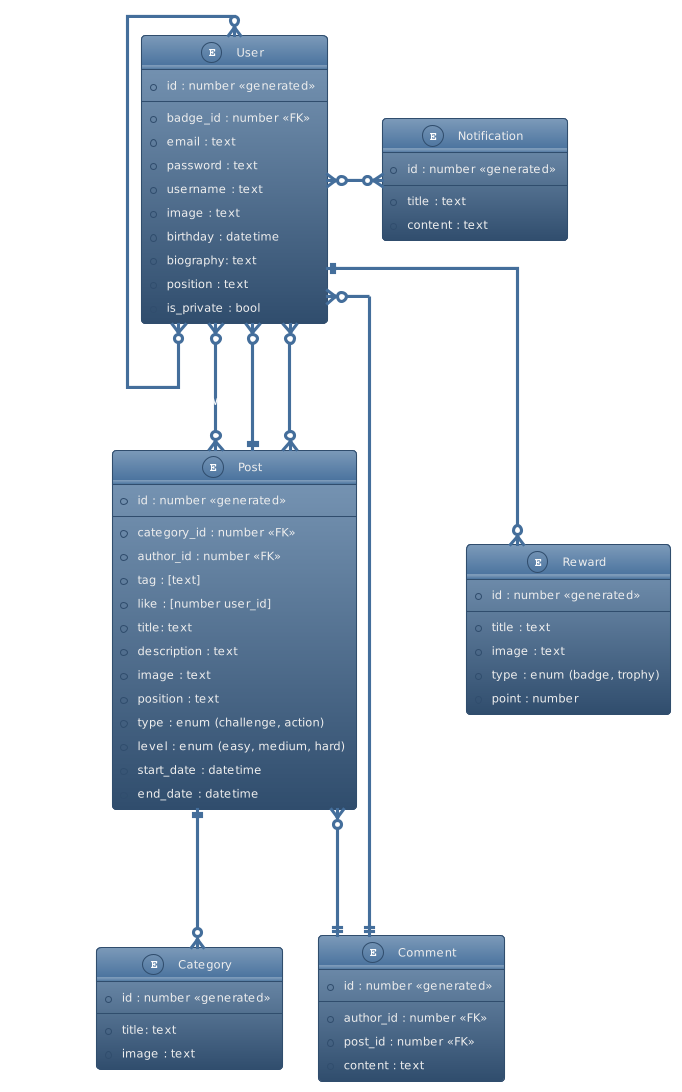
Eco-Gest/Frontend-Flutter keeps this PlantUML diagram as conception/diagrams/entity_relation/entity_relation.png. Above is the earlier version. Its diagram source:
```plantuml
@startuml
!theme spacelab

skinparam linetype ortho

entity "User" as u {
  *id : number <<generated>>
  --
  *badge_id : number <<FK>>
  *email : text
  *password : text
  *username : text
  *image : text
  *birthday : datetime
  *biography: text
  *position : text
  *is_private : bool
}

entity "Category" as cat {
  *id : number <<generated>>
  --
  *title: text
  *image : text
}

entity "Post" as p {
  *id : number <<generated>>
  --
  *category_id : number <<FK>>
  *author_id : number <<FK>>
  *tag : [text]
  *like : [number user_id]
  *title: text
  *description : text
  *image : text
  *position : text
  *type : enum (challenge, action)
  *level : enum (easy, medium, hard)
  *start_date : datetime
  *end_date : datetime
}

entity "Comment" as c {
  *id : number <<generated>>
  --
  *author_id : number <<FK>>
  *post_id : number <<FK>>
  *content : text
}

entity "Reward" as r {
  *id : number <<generated>>
  --
  *title : text
  *image : text
  *type : enum (badge, trophy)
  *point : number
}

entity "Notification" as not {
  *id : number <<generated>>
  --
  *title : text
  *content : text
}

u }o-down--o{ p : participates
u }o-down--|| p : writes
u }o-down--o{ p : likes
u }o---|| c : writes
u ||---o{ r : has
u }o-up-o{ u : asks to follow
u }o--right--o{ not : has
p }o---|| c : commented
p ||---o{ cat : has
@enduml
```
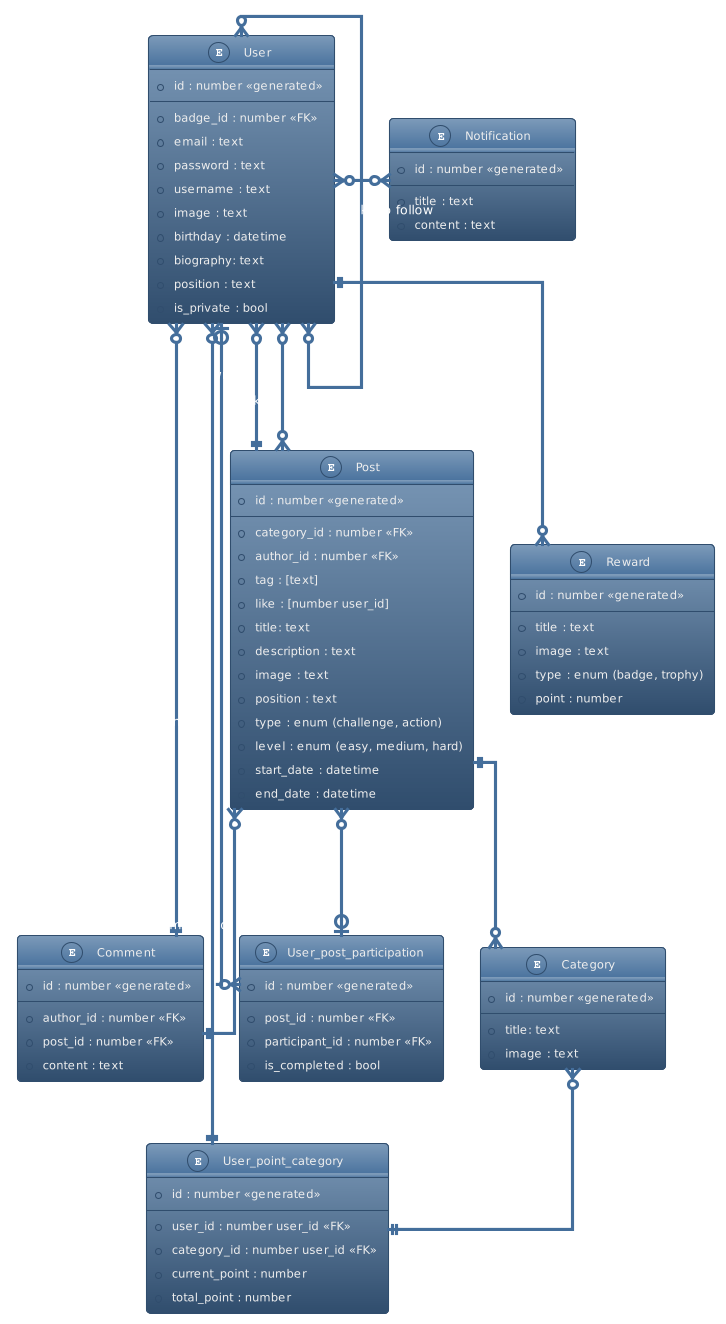
The same diagram one commit later.

Commit message:
entity relations

Change to the diagram source:
```diff
@@ -65,7 +65,25 @@
   *content : text
 }
 
-u }o-down--o{ p : participates
+entity "User_post_participation" as upp {
+  *id : number <<generated>>
+  --
+  *post_id : number <<FK>>
+  *participant_id : number <<FK>>
+  *is_completed : bool
+}
+
+entity "User_point_category" as upc {
+  *id : number <<generated>>
+  --
+  *user_id : number user_id <<FK>>
+  *category_id : number user_id <<FK>>
+  *current_point : number
+  *total_point : number
+}
+
+u |o-down--o{ upp : participates
+p }o---o| upp : contains
 u }o-down--|| p : writes
 u }o-down--o{ p : likes
 u }o---|| c : writes
@@ -74,4 +92,6 @@
 u }o--right--o{ not : has
 p }o---|| c : commented
 p ||---o{ cat : has
+u }o--|| upc : has points in
+cat }o--|| upc : has
 @enduml
```
